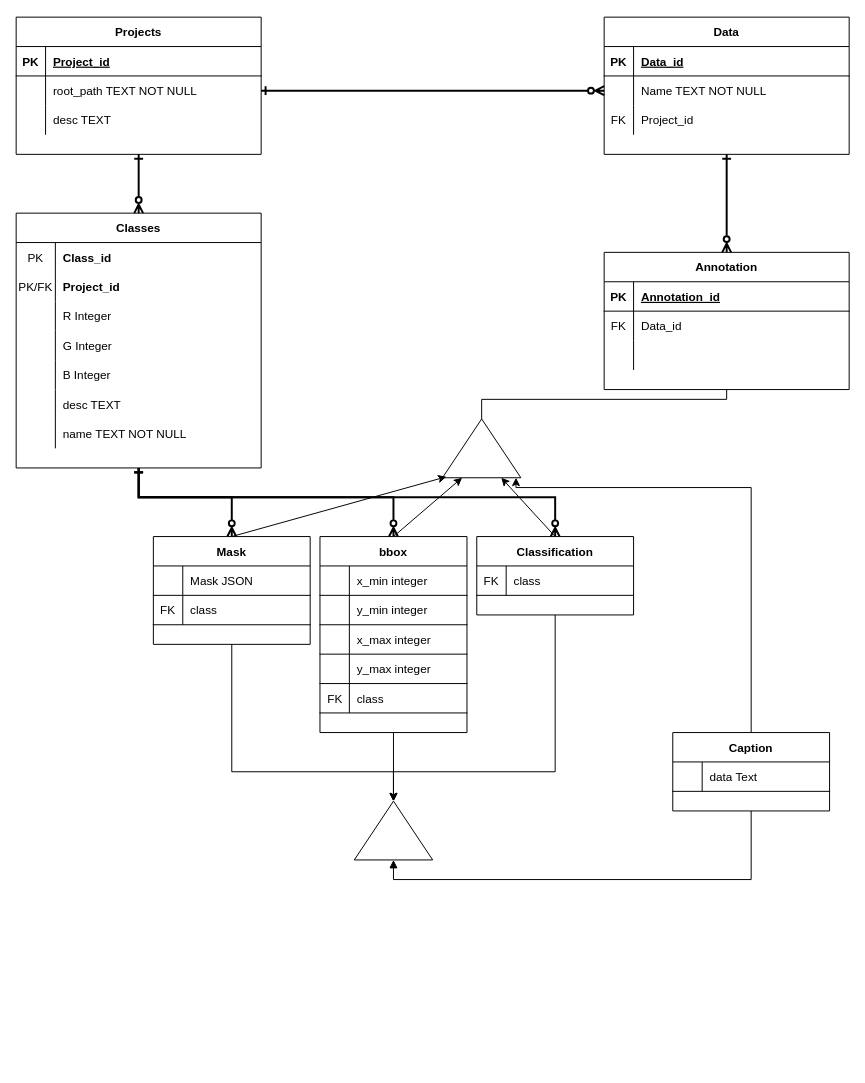
This is src/arc/db/doc/schematic_Architecture.drawio from joao-lucas-paes/Oculus_label, a draw.io file, before an edit. Source tidied: cells renumbered, new cells numbered last; positions are measured from the earlier drawing's top-left corner, leaving out a move shared by most shapes. Both pictures are drawn from the tidied source at 98%, with x=0, y=0 at pixel (16, 17).
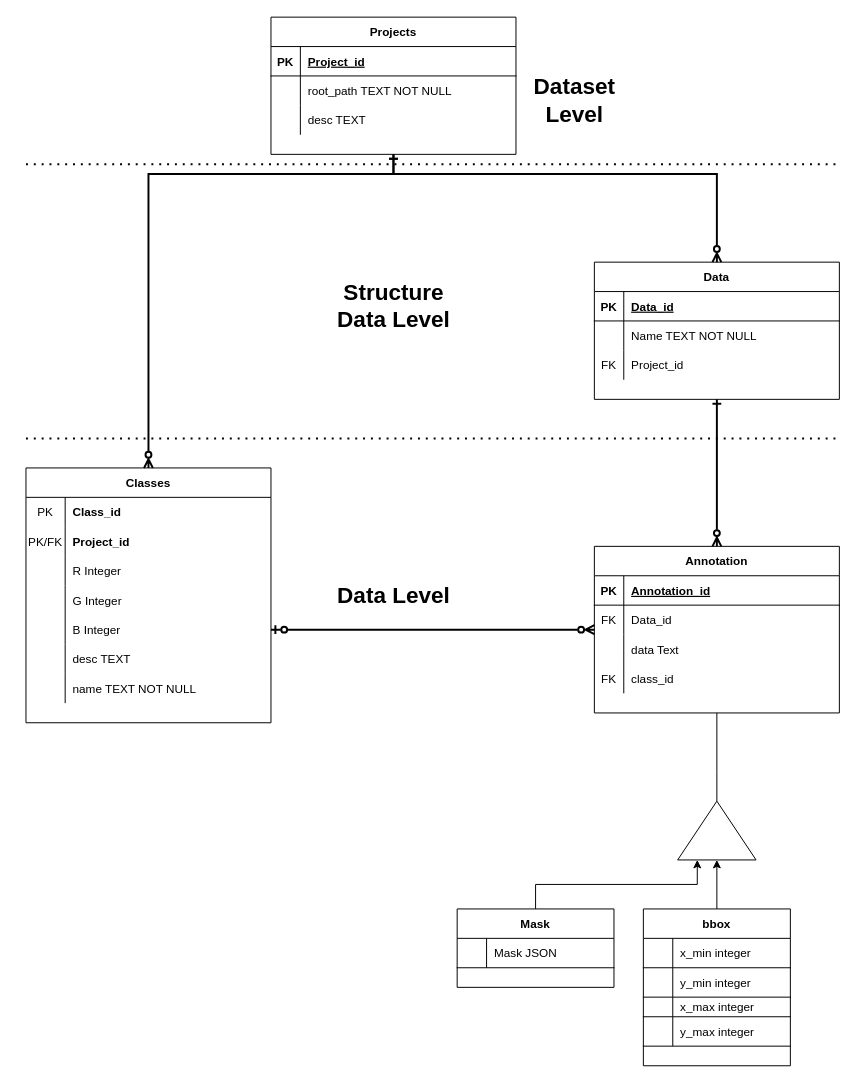
After the change.

Commit message (it also covers changes not shown here):
fixing bad ERD structure

Unchanged cells that the change refers to:
```xml
<mxCell id="6" style="shape=partialRectangle;fillColor=none;points=[[0,0.5],[1,0.5]];portConstraint=eastwest;top=0;left=0;right=0;bottom=0;" parent="2" vertex="1">
  <mxGeometry y="60" width="250" height="30" as="geometry" />
</mxCell>
<mxCell id="16" style="shape=partialRectangle;fillColor=none;points=[[0,0.5],[1,0.5]];portConstraint=eastwest;top=0;left=0;right=0;bottom=0;" parent="12" vertex="1">
  <mxGeometry y="60" width="250" height="30" as="geometry" />
</mxCell>
<mxCell id="31" style="shape=partialRectangle;fillColor=none;top=0;left=0;right=0;bottom=0;" parent="24" vertex="1">
  <mxGeometry y="90" width="250" height="30" as="geometry" />
</mxCell>
<mxCell id="89" style="shape=partialRectangle;fillColor=none;points=[[0,0.5],[1,0.5]];portConstraint=eastwest;top=0;left=0;right=0;bottom=0;" parent="76" vertex="1">
  <mxGeometry y="150" width="250" height="30" as="geometry" />
</mxCell>
```

Diff of the diagram source:
```diff
@@
     <mxCell id="2" value="Projects" style="shape=table;startSize=30;childLayout=tableLayout;rowLines=0;fontStyle=1;align=center;" parent="1" vertex="1">
-      <mxGeometry width="250" height="140" as="geometry" />
+      <mxGeometry x="260" width="250" height="140" as="geometry" />
     </mxCell>
@@
     <mxCell id="12" value="Data" style="shape=table;startSize=30;childLayout=tableLayout;rowLines=0;fontStyle=1;align=center;" parent="1" vertex="1">
-      <mxGeometry x="600" width="250" height="140" as="geometry" />
+      <mxGeometry x="590" y="250" width="250" height="140" as="geometry" />
     </mxCell>
@@
-    <mxCell id="22" style="edgeStyle=orthogonalEdgeStyle;rounded=0;jettySize=auto;html=1;exitX=1;exitY=0.5;exitDx=0;exitDy=0;entryX=0;entryY=0.5;entryDx=0;entryDy=0;endArrow=ERzeroToMany;endFill=0;startArrow=ERone;startFill=0;strokeWidth=2;" parent="1" edge="1" source="6" target="16">
-      <mxGeometry relative="1" as="geometry" />
+    <mxCell id="22" style="edgeStyle=orthogonalEdgeStyle;rounded=0;jettySize=auto;html=1;exitX=0.5;exitY=1;exitDx=0;exitDy=0;entryX=0.5;entryY=0;entryDx=0;entryDy=0;endArrow=ERzeroToMany;endFill=0;startArrow=ERone;startFill=0;strokeWidth=2;" parent="1" edge="1" source="2" target="12">
+      <mxGeometry relative="1" as="geometry">
+        <Array as="points">
+          <mxPoint x="385" y="160" />
+          <mxPoint x="715" y="160" />
+        </Array>
+      </mxGeometry>
     </mxCell>
-    <mxCell id="23" style="edgeStyle=orthogonalEdgeStyle;rounded=0;jettySize=auto;html=1;exitX=0.5;exitY=1;exitDx=0;exitDy=0;entryX=1;entryY=0.5;entryDx=0;entryDy=0;endArrow=none;startFill=0;" parent="1" edge="1" source="24" target="35">
+    <mxCell id="23" style="edgeStyle=orthogonalEdgeStyle;rounded=0;jettySize=auto;html=1;entryX=1;entryY=0.5;entryDx=0;entryDy=0;endArrow=none;startFill=0;exitX=0.5;exitY=1;exitDx=0;exitDy=0;" parent="1" edge="1" source="24" target="35">
       <mxGeometry relative="1" as="geometry">
         <Array as="points">
-          <mxPoint x="725" y="390" />
-          <mxPoint x="475" y="390" />
+          <mxPoint x="715" y="770" />
+          <mxPoint x="715" y="770" />
         </Array>
       </mxGeometry>
     </mxCell>
     <mxCell id="24" value="Annotation" style="shape=table;startSize=30;childLayout=tableLayout;rowLines=0;fontStyle=1;align=center;" parent="1" vertex="1">
-      <mxGeometry x="600" y="240" width="250" height="140" as="geometry" />
+      <mxGeometry x="590" y="540" width="250" height="170" as="geometry" />
     </mxCell>
@@
-    <mxCell id="33" style="shape=partialRectangle;overflow=hidden;fillColor=none;top=0;left=0;bottom=0;right=0;align=left;spacingLeft=6;" parent="31" vertex="1">
+    <mxCell id="33" value="data Text" style="shape=partialRectangle;overflow=hidden;fillColor=none;top=0;left=0;bottom=0;right=0;align=left;spacingLeft=6;" parent="31" vertex="1">
       <mxGeometry x="30" width="220" height="30" as="geometry" />
     </mxCell>
+    <mxCell id="102" style="shape=partialRectangle;fillColor=none;top=0;left=0;right=0;bottom=0;" parent="24" vertex="1">
+      <mxGeometry y="120" width="250" height="30" as="geometry" />
+    </mxCell>
+    <mxCell id="103" value="FK" style="shape=partialRectangle;overflow=hidden;fillColor=none;top=0;left=0;bottom=0;right=0;" parent="102" vertex="1">
+      <mxGeometry width="30" height="30" as="geometry" />
+    </mxCell>
+    <mxCell id="104" value="class_id" style="shape=partialRectangle;overflow=hidden;fillColor=none;top=0;left=0;bottom=0;right=0;align=left;spacingLeft=6;" parent="102" vertex="1">
+      <mxGeometry x="30" width="220" height="30" as="geometry" />
+    </mxCell>
@@
     <mxCell id="35" style="triangle;whiteSpace=wrap;html=1;rotation=-90;" parent="1" vertex="1">
-      <mxGeometry x="445" y="400" width="60" height="80" as="geometry" />
+      <mxGeometry x="685" y="790" width="60" height="80" as="geometry" />
     </mxCell>
-    <mxCell id="36" style="edgeStyle=orthogonalEdgeStyle;rounded=0;jettySize=auto;html=1;exitX=0.5;exitY=1;exitDx=0;exitDy=0;" parent="1" edge="1" source="37" target="75">
-      <mxGeometry relative="1" as="geometry">
-        <Array as="points">
-          <mxPoint x="220" y="770" />
-          <mxPoint x="385" y="770" />
-        </Array>
-      </mxGeometry>
-    </mxCell>
     <mxCell id="37" value="Mask" style="shape=table;startSize=30;childLayout=tableLayout;rowLines=0;fontStyle=1;align=center;" parent="1" vertex="1">
-      <mxGeometry x="140" y="530" width="160" height="110" as="geometry" />
+      <mxGeometry x="450" y="910" width="160" height="80" as="geometry" />
     </mxCell>
@@
-    <mxCell id="41" style="shape=partialRectangle;fillColor=none;top=0;left=0;right=0;bottom=1;" parent="37" vertex="1">
-      <mxGeometry y="60" width="160" height="30" as="geometry" />
-    </mxCell>
-    <mxCell id="42" value="FK" style="shape=partialRectangle;overflow=hidden;fillColor=none;top=0;left=0;bottom=0;right=0;fontStyle=0;" parent="41" vertex="1">
-      <mxGeometry width="30" height="30" as="geometry" />
-    </mxCell>
-    <mxCell id="43" value="class" style="shape=partialRectangle;overflow=hidden;fillColor=none;top=0;left=0;bottom=0;right=0;align=left;spacingLeft=6;fontStyle=0;" parent="41" vertex="1">
-      <mxGeometry x="30" width="130" height="30" as="geometry" />
-    </mxCell>
-    <mxCell id="44" style="rounded=0;jettySize=auto;html=1;exitX=0.5;exitY=0;exitDx=0;exitDy=0;entryX=0;entryY=0.25;entryDx=0;entryDy=0;" parent="1" edge="1" source="46" target="35">
+    <mxCell id="44" style="rounded=0;jettySize=auto;html=1;exitX=0.5;exitY=0;exitDx=0;exitDy=0;entryX=0;entryY=0.5;entryDx=0;entryDy=0;" parent="1" edge="1" source="46" target="35">
       <mxGeometry relative="1" as="geometry" />
     </mxCell>
-    <mxCell id="45" style="edgeStyle=orthogonalEdgeStyle;rounded=0;jettySize=auto;html=1;exitX=0.5;exitY=1;exitDx=0;exitDy=0;entryX=1;entryY=0.5;entryDx=0;entryDy=0;" parent="1" edge="1" source="46" target="75">
-      <mxGeometry relative="1" as="geometry" />
-    </mxCell>
     <mxCell id="46" value="bbox" style="shape=table;startSize=30;childLayout=tableLayout;rowLines=0;fontStyle=1;align=center;" parent="1" vertex="1">
-      <mxGeometry x="310" y="530" width="150" height="200" as="geometry" />
+      <mxGeometry x="640" y="910" width="150" height="160" as="geometry" />
     </mxCell>
@@
     <mxCell id="53" style="shape=partialRectangle;fillColor=none;top=0;left=0;right=0;bottom=1;" parent="46" vertex="1">
-      <mxGeometry y="90" width="150" height="30" as="geometry" />
+      <mxGeometry y="90" width="150" height="20" as="geometry" />
     </mxCell>
     <mxCell id="54" style="shape=partialRectangle;overflow=hidden;fillColor=none;top=0;left=0;bottom=0;right=0;align=left;spacingLeft=6;fontStyle=0;" parent="53" vertex="1">
-      <mxGeometry width="30" height="30" as="geometry" />
+      <mxGeometry width="30" height="20" as="geometry" />
     </mxCell>
     <mxCell id="55" value="x_max integer" style="shape=partialRectangle;overflow=hidden;fillColor=none;top=0;left=0;bottom=0;right=0;align=left;spacingLeft=6;fontStyle=0;" parent="53" vertex="1">
-      <mxGeometry x="30" width="120" height="30" as="geometry" />
+      <mxGeometry x="30" width="120" height="20" as="geometry" />
     </mxCell>
     <mxCell id="56" style="shape=partialRectangle;fillColor=none;top=0;left=0;right=0;bottom=1;" parent="46" vertex="1">
-      <mxGeometry y="120" width="150" height="30" as="geometry" />
+      <mxGeometry y="110" width="150" height="30" as="geometry" />
     </mxCell>
@@
-    <mxCell id="59" style="shape=partialRectangle;fillColor=none;top=0;left=0;right=0;bottom=1;" parent="46" vertex="1">
-      <mxGeometry y="150" width="150" height="30" as="geometry" />
-    </mxCell>
-    <mxCell id="60" value="FK" style="shape=partialRectangle;overflow=hidden;fillColor=none;top=0;left=0;bottom=0;right=0;align=left;spacingLeft=6;fontStyle=0;" parent="59" vertex="1">
-      <mxGeometry width="30" height="30" as="geometry" />
-    </mxCell>
-    <mxCell id="61" value="class" style="shape=partialRectangle;overflow=hidden;fillColor=none;top=0;left=0;bottom=0;right=0;align=left;spacingLeft=6;fontStyle=0;" parent="59" vertex="1">
-      <mxGeometry x="30" width="120" height="30" as="geometry" />
-    </mxCell>
-    <mxCell id="62" style="rounded=0;jettySize=auto;html=1;exitX=0.5;exitY=0;exitDx=0;exitDy=0;entryX=0;entryY=0.75;entryDx=0;entryDy=0;" parent="1" edge="1" source="64" target="35">
-      <mxGeometry relative="1" as="geometry" />
-    </mxCell>
-    <mxCell id="63" style="edgeStyle=orthogonalEdgeStyle;rounded=0;jettySize=auto;html=1;exitX=0.5;exitY=1;exitDx=0;exitDy=0;" parent="1" edge="1" source="64" target="75">
-      <mxGeometry relative="1" as="geometry">
-        <Array as="points">
-          <mxPoint x="550" y="770" />
-          <mxPoint x="385" y="770" />
-        </Array>
-      </mxGeometry>
-    </mxCell>
-    <mxCell id="64" value="Classification" style="shape=table;startSize=30;childLayout=tableLayout;rowLines=0;fontStyle=1;align=center;" parent="1" vertex="1">
-      <mxGeometry x="470" y="530" width="160" height="80" as="geometry" />
-    </mxCell>
-    <mxCell id="65" style="shape=partialRectangle;fillColor=none;top=0;left=0;right=0;bottom=1;" parent="64" vertex="1">
-      <mxGeometry y="30" width="160" height="30" as="geometry" />
-    </mxCell>
-    <mxCell id="66" value="FK" style="shape=partialRectangle;overflow=hidden;fillColor=none;top=0;left=0;bottom=0;right=0;fontStyle=0;" parent="65" vertex="1">
-      <mxGeometry width="30" height="30" as="geometry" />
-    </mxCell>
-    <mxCell id="67" value="class" style="shape=partialRectangle;overflow=hidden;fillColor=none;top=0;left=0;bottom=0;right=0;align=left;spacingLeft=6;fontStyle=0;" parent="65" vertex="1">
-      <mxGeometry x="30" width="130" height="30" as="geometry" />
-    </mxCell>
-    <mxCell id="68" style="rounded=0;jettySize=auto;html=1;exitX=0.5;exitY=0;exitDx=0;exitDy=0;entryX=0.017;entryY=0.05;entryDx=0;entryDy=0;entryPerimeter=0;" parent="1" edge="1" source="37" target="35">
+    <mxCell id="68" style="rounded=0;jettySize=auto;html=1;exitX=0.5;exitY=0;exitDx=0;exitDy=0;entryX=0;entryY=0.25;entryDx=0;entryDy=0;edgeStyle=orthogonalEdgeStyle;" parent="1" edge="1" source="37" target="35">
       <mxGeometry relative="1" as="geometry" />
     </mxCell>
-    <mxCell id="69" value="Caption" style="shape=table;startSize=30;childLayout=tableLayout;rowLines=0;fontStyle=1;align=center;" parent="1" vertex="1">
-      <mxGeometry x="670" y="730" width="160" height="80" as="geometry" />
-    </mxCell>
-    <mxCell id="70" style="shape=partialRectangle;fillColor=none;top=0;left=0;right=0;bottom=1;" parent="69" vertex="1">
-      <mxGeometry y="30" width="160" height="30" as="geometry" />
-    </mxCell>
-    <mxCell id="71" style="shape=partialRectangle;overflow=hidden;fillColor=none;top=0;left=0;bottom=0;right=0;fontStyle=1;" parent="70" vertex="1">
-      <mxGeometry width="30" height="30" as="geometry" />
-    </mxCell>
-    <mxCell id="72" value="data Text" style="shape=partialRectangle;overflow=hidden;fillColor=none;top=0;left=0;bottom=0;right=0;align=left;spacingLeft=6;fontStyle=0;" parent="70" vertex="1">
-      <mxGeometry x="30" width="130" height="30" as="geometry" />
-    </mxCell>
-    <mxCell id="73" style="rounded=0;jettySize=auto;html=1;exitX=0.5;exitY=0;exitDx=0;exitDy=0;entryX=0;entryY=0.938;entryDx=0;entryDy=0;entryPerimeter=0;edgeStyle=orthogonalEdgeStyle;" parent="1" edge="1" source="69" target="35">
-      <mxGeometry relative="1" as="geometry">
-        <Array as="points">
-          <mxPoint x="750" y="480" />
-          <mxPoint x="510" y="480" />
-        </Array>
-      </mxGeometry>
-    </mxCell>
-    <mxCell id="74" style="edgeStyle=orthogonalEdgeStyle;rounded=0;jettySize=auto;html=1;exitX=0;exitY=0.5;exitDx=0;exitDy=0;entryX=0.5;entryY=1;entryDx=0;entryDy=0;startArrow=block;startFill=1;endArrow=none;" parent="1" edge="1" source="75" target="69">
-      <mxGeometry relative="1" as="geometry" />
-    </mxCell>
-    <mxCell id="75" style="triangle;whiteSpace=wrap;html=1;rotation=-90;" parent="1" vertex="1">
-      <mxGeometry x="355" y="790" width="60" height="80" as="geometry" />
-    </mxCell>
     <mxCell id="76" value="Classes" style="shape=table;startSize=30;childLayout=tableLayout;rowLines=0;fontStyle=1;align=center;" parent="1" vertex="1">
-      <mxGeometry y="200" width="250" height="260" as="geometry" />
+      <mxGeometry x="10" y="460" width="250" height="260" as="geometry" />
     </mxCell>
@@
     <mxCell id="98" style="rounded=0;jettySize=auto;html=1;entryX=0.5;entryY=0;entryDx=0;entryDy=0;endArrow=ERzeroToMany;endFill=0;startArrow=ERone;startFill=0;strokeWidth=2;edgeStyle=orthogonalEdgeStyle;exitX=0.5;exitY=1;exitDx=0;exitDy=0;" parent="1" edge="1" source="2" target="76">
-      <mxGeometry relative="1" as="geometry" />
+      <mxGeometry relative="1" as="geometry">
+        <Array as="points">
+          <mxPoint x="385" y="160" />
+          <mxPoint x="135" y="160" />
+        </Array>
+      </mxGeometry>
     </mxCell>
-    <mxCell id="99" style="rounded=0;jettySize=auto;html=1;entryX=0.5;entryY=0;entryDx=0;entryDy=0;endArrow=ERzeroToMany;endFill=0;startArrow=ERone;startFill=0;strokeWidth=2;edgeStyle=orthogonalEdgeStyle;exitX=0.5;exitY=1;exitDx=0;exitDy=0;" parent="1" edge="1" source="76" target="37">
-      <mxGeometry relative="1" as="geometry">
-        <Array as="points">
-          <mxPoint x="125" y="490" />
-          <mxPoint x="220" y="490" />
-        </Array>
-      </mxGeometry>
-    </mxCell>
-    <mxCell id="100" style="rounded=0;jettySize=auto;html=1;endArrow=ERzeroToMany;endFill=0;startArrow=ERone;startFill=0;strokeWidth=2;edgeStyle=orthogonalEdgeStyle;exitX=0.5;exitY=1;exitDx=0;exitDy=0;entryX=0.5;entryY=0;entryDx=0;entryDy=0;" parent="1" edge="1" source="76" target="46">
-      <mxGeometry relative="1" as="geometry">
-        <Array as="points">
-          <mxPoint x="125" y="490" />
-          <mxPoint x="385" y="490" />
-        </Array>
-      </mxGeometry>
-    </mxCell>
-    <mxCell id="101" style="rounded=0;jettySize=auto;html=1;endArrow=ERzeroToMany;endFill=0;startArrow=ERone;startFill=0;strokeWidth=2;edgeStyle=orthogonalEdgeStyle;entryX=0.5;entryY=0;entryDx=0;entryDy=0;exitX=0.5;exitY=1;exitDx=0;exitDy=0;" parent="1" edge="1" source="76" target="64">
-      <mxGeometry relative="1" as="geometry">
-        <Array as="points">
-          <mxPoint x="125" y="490" />
-          <mxPoint x="550" y="490" />
-        </Array>
-      </mxGeometry>
-    </mxCell>
+    <mxCell id="105" style="endArrow=none;dashed=1;html=1;dashPattern=1 3;strokeWidth=2;rounded=0;" parent="1" edge="1">
+      <mxGeometry relative="1" as="geometry">
+        <mxPoint x="10" y="430" as="sourcePoint" />
+        <mxPoint x="840" y="430" as="targetPoint" />
+      </mxGeometry>
+    </mxCell>
+    <mxCell id="106" style="endArrow=none;dashed=1;html=1;dashPattern=1 3;strokeWidth=2;rounded=0;" parent="1" edge="1">
+      <mxGeometry relative="1" as="geometry">
+        <mxPoint x="10" y="150" as="sourcePoint" />
+        <mxPoint x="840" y="150" as="targetPoint" />
+      </mxGeometry>
+    </mxCell>
+    <mxCell id="107" value="&lt;b&gt;&lt;font style=&quot;font-size: 23px;&quot;&gt;Dataset Level&lt;/font&gt;&lt;/b&gt;" style="text;html=1;align=center;verticalAlign=middle;whiteSpace=wrap;rounded=0;" parent="1" vertex="1">
+      <mxGeometry x="540" y="70" width="60" height="30" as="geometry" />
+    </mxCell>
+    <mxCell id="108" value="&lt;b&gt;&lt;font style=&quot;font-size: 23px;&quot;&gt;Structure Data Level&lt;/font&gt;&lt;/b&gt;" style="text;html=1;align=center;verticalAlign=middle;whiteSpace=wrap;rounded=0;" parent="1" vertex="1">
+      <mxGeometry x="307.5" y="280" width="155" height="30" as="geometry" />
+    </mxCell>
+    <mxCell id="109" value="&lt;b&gt;&lt;font style=&quot;font-size: 23px;&quot;&gt;Data Level&lt;/font&gt;&lt;/b&gt;" style="text;html=1;align=center;verticalAlign=middle;whiteSpace=wrap;rounded=0;" parent="1" vertex="1">
+      <mxGeometry x="307.5" y="575" width="155" height="30" as="geometry" />
+    </mxCell>
+    <mxCell id="110" style="edgeStyle=orthogonalEdgeStyle;rounded=0;jettySize=auto;html=1;entryX=1;entryY=0.5;entryDx=0;entryDy=0;endArrow=ERzeroToOne;endFill=0;startArrow=ERzeroToMany;startFill=0;strokeWidth=2;" parent="1" edge="1" target="89">
+      <mxGeometry relative="1" as="geometry">
+        <mxPoint x="590" y="625" as="sourcePoint" />
+        <Array as="points">
+          <mxPoint x="590" y="625" />
+        </Array>
+      </mxGeometry>
+    </mxCell>
```
